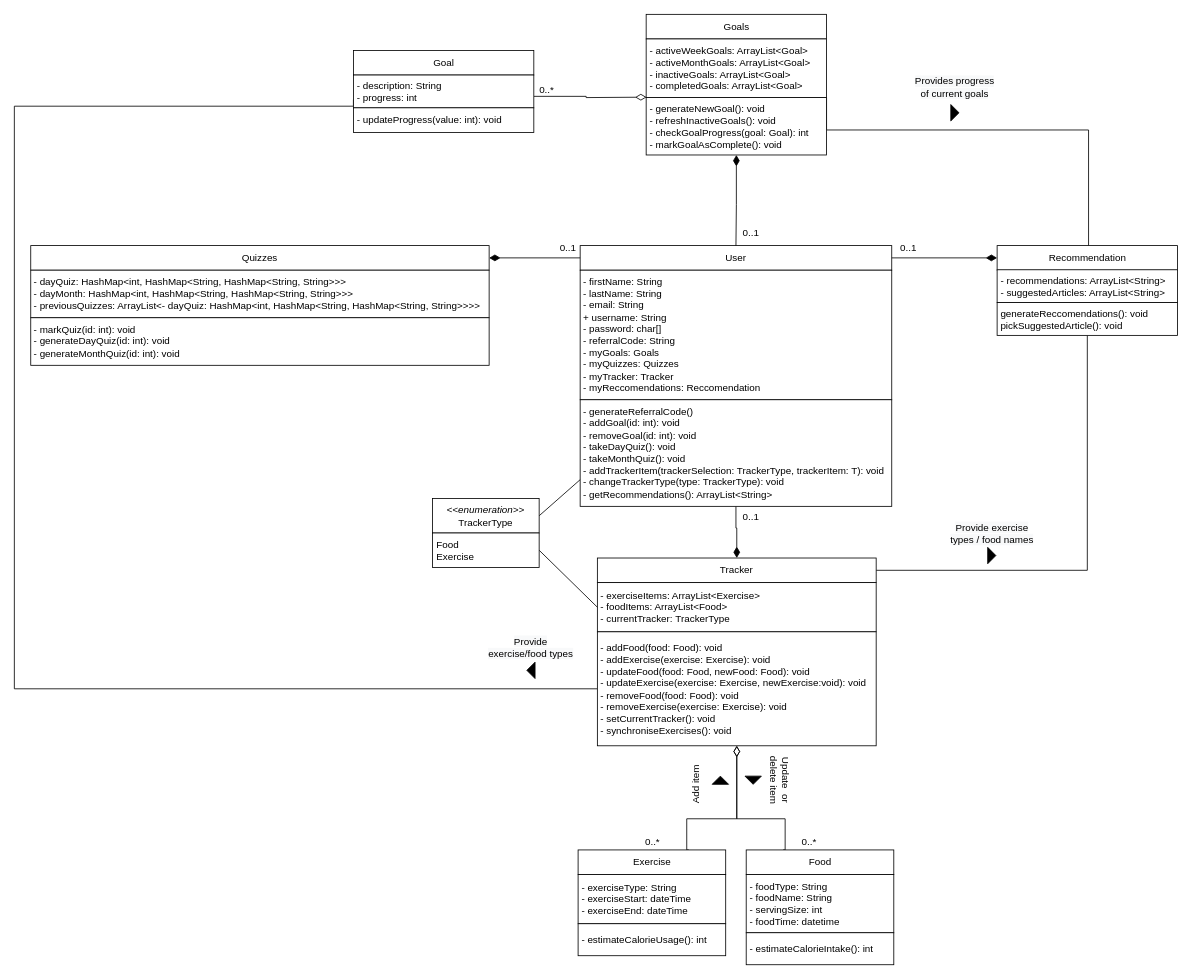
Before: Final_class_diagram_improved.drawio in ahammond3aws/DC2SEN, a draw.io diagram. Source tidied: cells renumbered, new cells numbered last; positions are measured from the earlier drawing's top-left corner, leaving out a move shared by most shapes. Both pictures are drawn from the tidied source at 82%, with x=0, y=0 at pixel (14, 14).
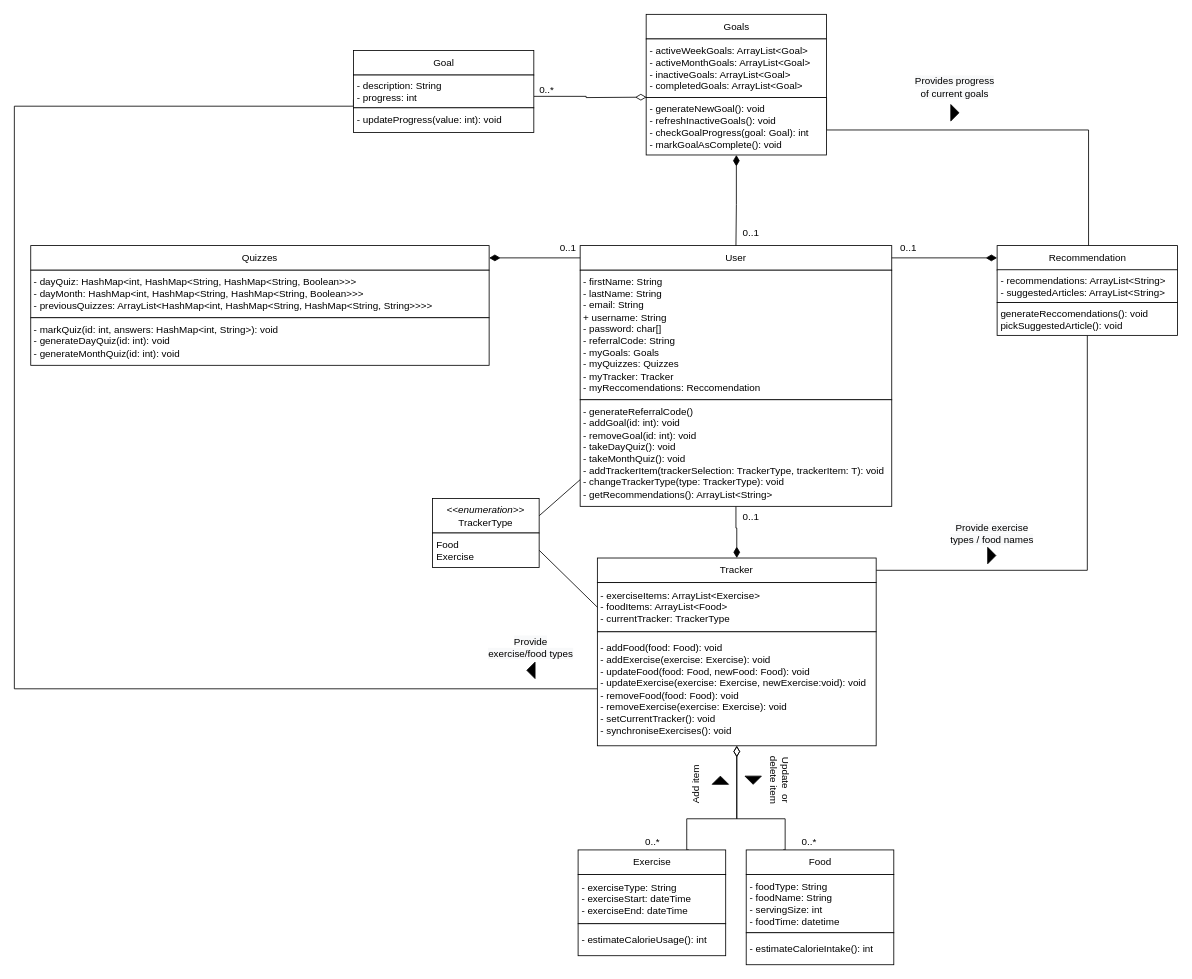
After the change.

What changed in the source:
```diff
@@
-    <mxCell id="46" value="- dayQuiz: HashMap&amp;lt;int, HashMap&amp;lt;String, HashMap&amp;lt;String, String&amp;gt;&amp;gt;&amp;gt;&lt;br&gt;- dayMonth: HashMap&amp;lt;int, HashMap&amp;lt;String, HashMap&amp;lt;String, String&amp;gt;&amp;gt;&amp;gt;&lt;br&gt;- previousQuizzes: ArrayList&amp;lt;- dayQuiz: HashMap&amp;lt;int, HashMap&amp;lt;String, HashMap&amp;lt;String, String&amp;gt;&amp;gt;&amp;gt;&amp;gt;" style="rounded=0;whiteSpace=wrap;html=1;align=left;spacingLeft=2;" parent="1" vertex="1">
+    <mxCell id="46" value="- dayQuiz: HashMap&amp;lt;int, HashMap&amp;lt;String, HashMap&amp;lt;String, Boolean&amp;gt;&amp;gt;&amp;gt;&lt;br&gt;- dayMonth: HashMap&amp;lt;int, HashMap&amp;lt;String, HashMap&amp;lt;String, Boolean&amp;gt;&amp;gt;&amp;gt;&lt;br&gt;- previousQuizzes: ArrayList&amp;lt;HashMap&amp;lt;int, HashMap&amp;lt;String, HashMap&amp;lt;String, String&amp;gt;&amp;gt;&amp;gt;&amp;gt;" style="rounded=0;whiteSpace=wrap;html=1;align=left;spacingLeft=2;" parent="1" vertex="1">
       <mxGeometry x="20" y="312" width="559" height="58" as="geometry" />
     </mxCell>
-    <mxCell id="47" value="- markQuiz(id: int): void&lt;br&gt;- generateDayQuiz(id: int): void&lt;br&gt;- generateMonthQuiz(id: int): void" style="rounded=0;whiteSpace=wrap;html=1;align=left;spacingLeft=2;" parent="1" vertex="1">
+    <mxCell id="47" value="- markQuiz(id: int, answers: HashMap&amp;lt;int, String&amp;gt;): void&lt;br&gt;- generateDayQuiz(id: int): void&lt;br&gt;- generateMonthQuiz(id: int): void" style="rounded=0;whiteSpace=wrap;html=1;align=left;spacingLeft=2;" parent="1" vertex="1">
       <mxGeometry x="20" y="370" width="559" height="58" as="geometry" />
     </mxCell>
```
